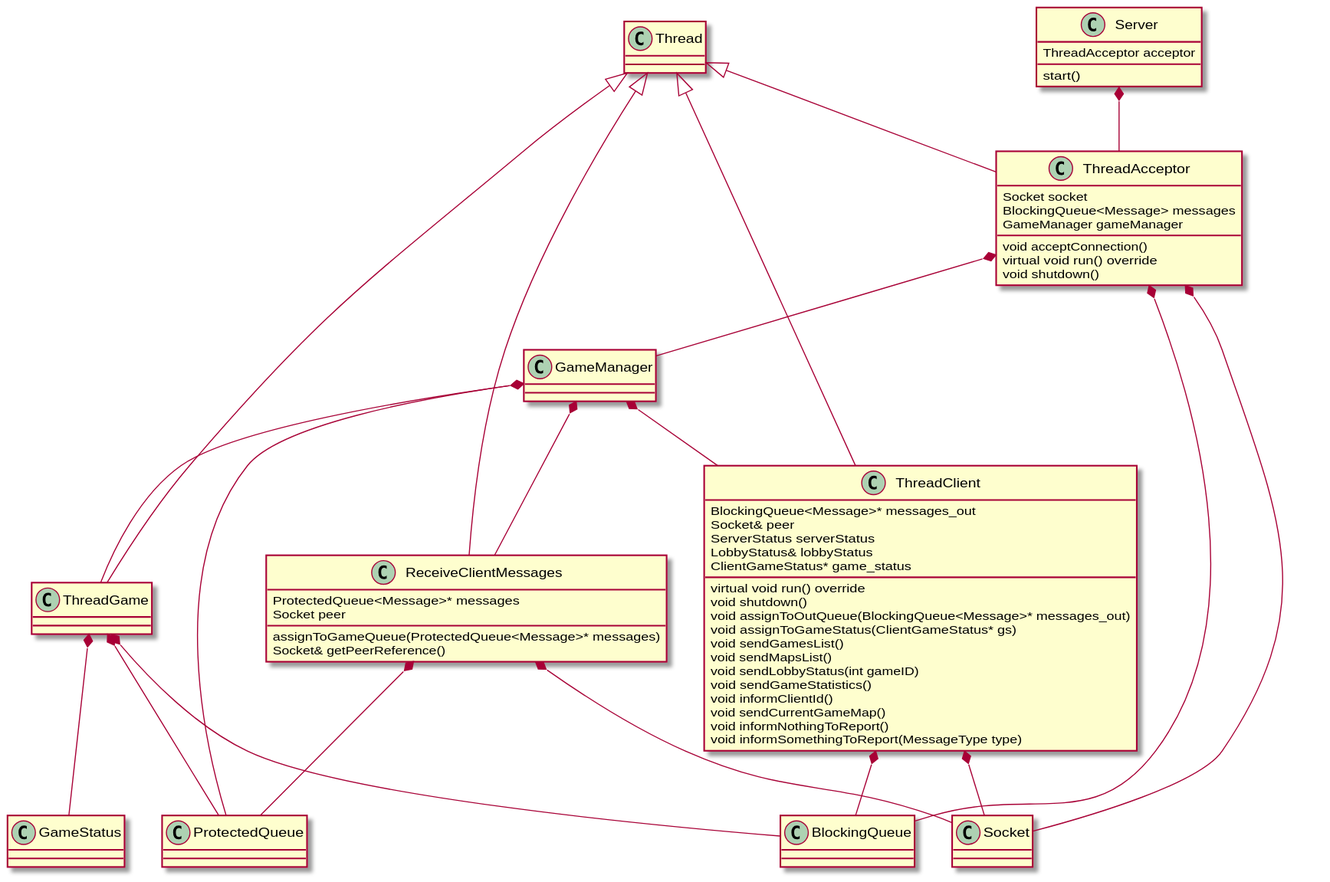
PBrrtrn/75.42-TP-grupal keeps this PlantUML diagram as uml/server_generic_uml.svg. Above is the earlier version.
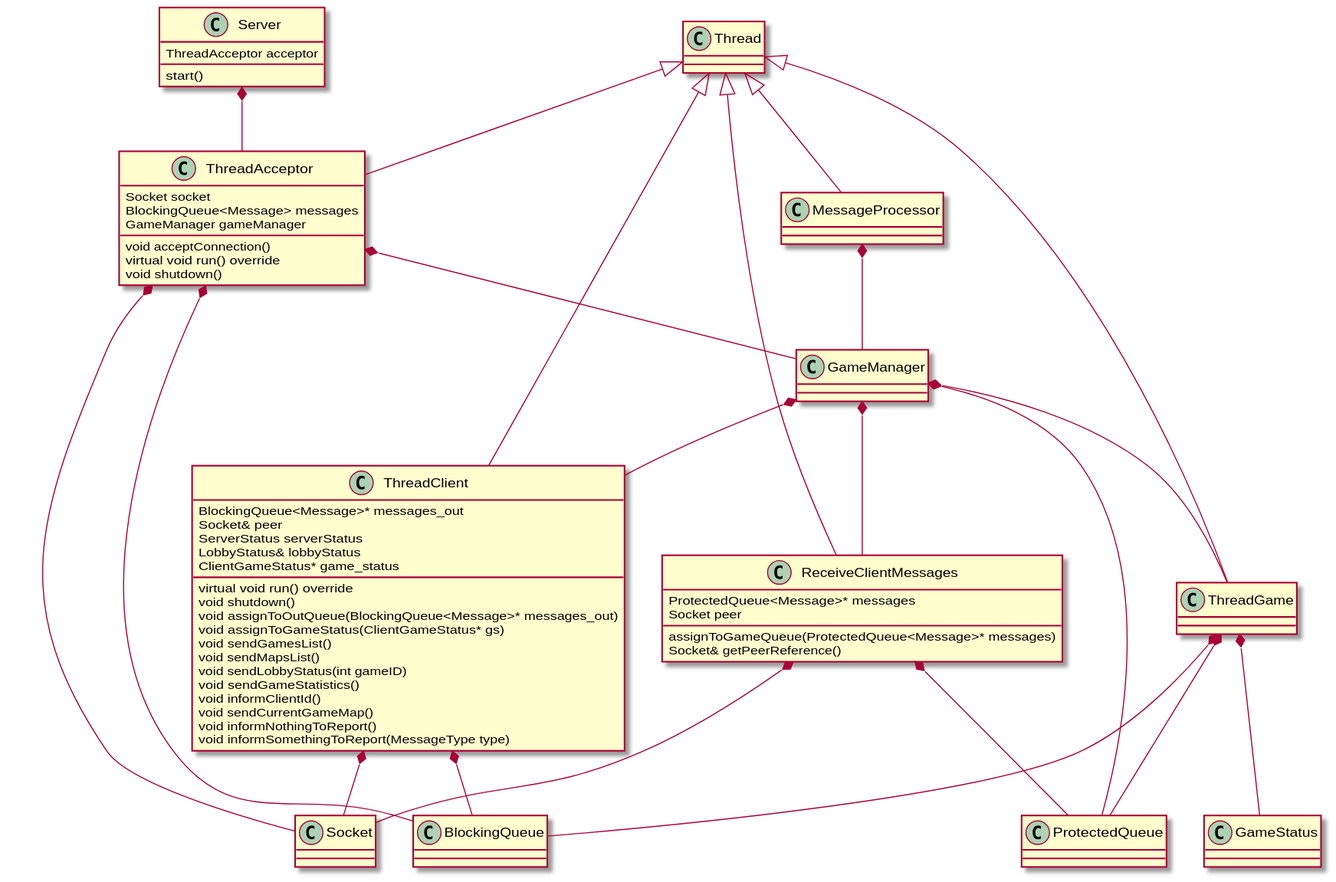
After the change.

What changed in the source:
```diff
@@ -4,6 +4,7 @@
 class ThreadClient
 class ThreadGame
 class Thread
+class MessageProcessor
 class GameManager
 class ProtectedQueue
 class BlockingQueue
@@ -53,6 +54,8 @@
 GameManager *-- ReceiveClientMessages
 GameManager *-- ThreadClient
 
+MessageProcessor *-- GameManager
+
 ReceiveClientMessages *-- ProtectedQueue
 ReceiveClientMessages *-- Socket
 
@@ -67,4 +70,5 @@
 Thread <|-- ThreadGame
 Thread <|-- ThreadAcceptor
 Thread <|-- ReceiveClientMessages
+Thread <|-- MessageProcessor
 @enduml
```
